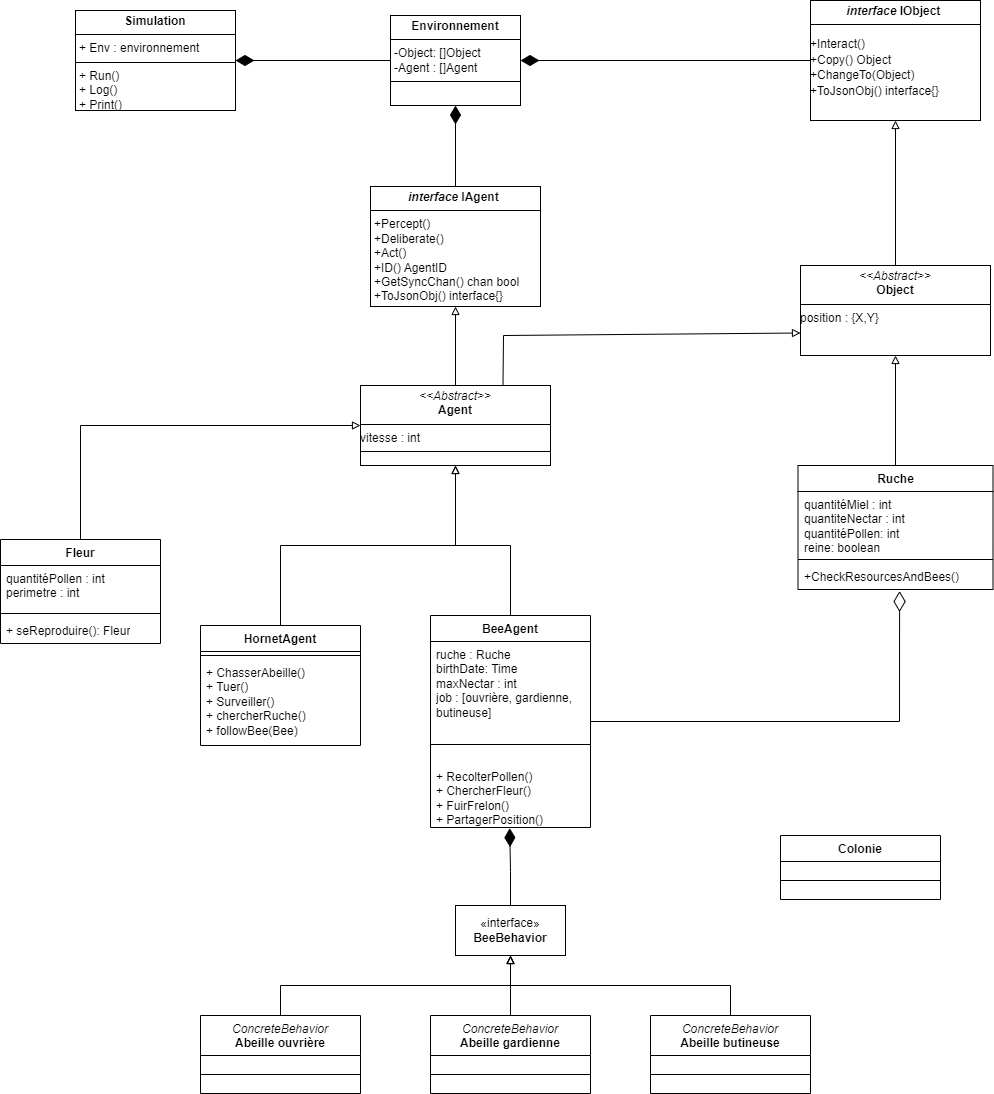
Earlier version of the draw.io export architecture/projet_uml.png (vlkduro/multi-agent-system). Source tidied: cells renumbered, new cells last; positions are measured from the earlier drawing's top-left corner, leaving out a move shared by most shapes.
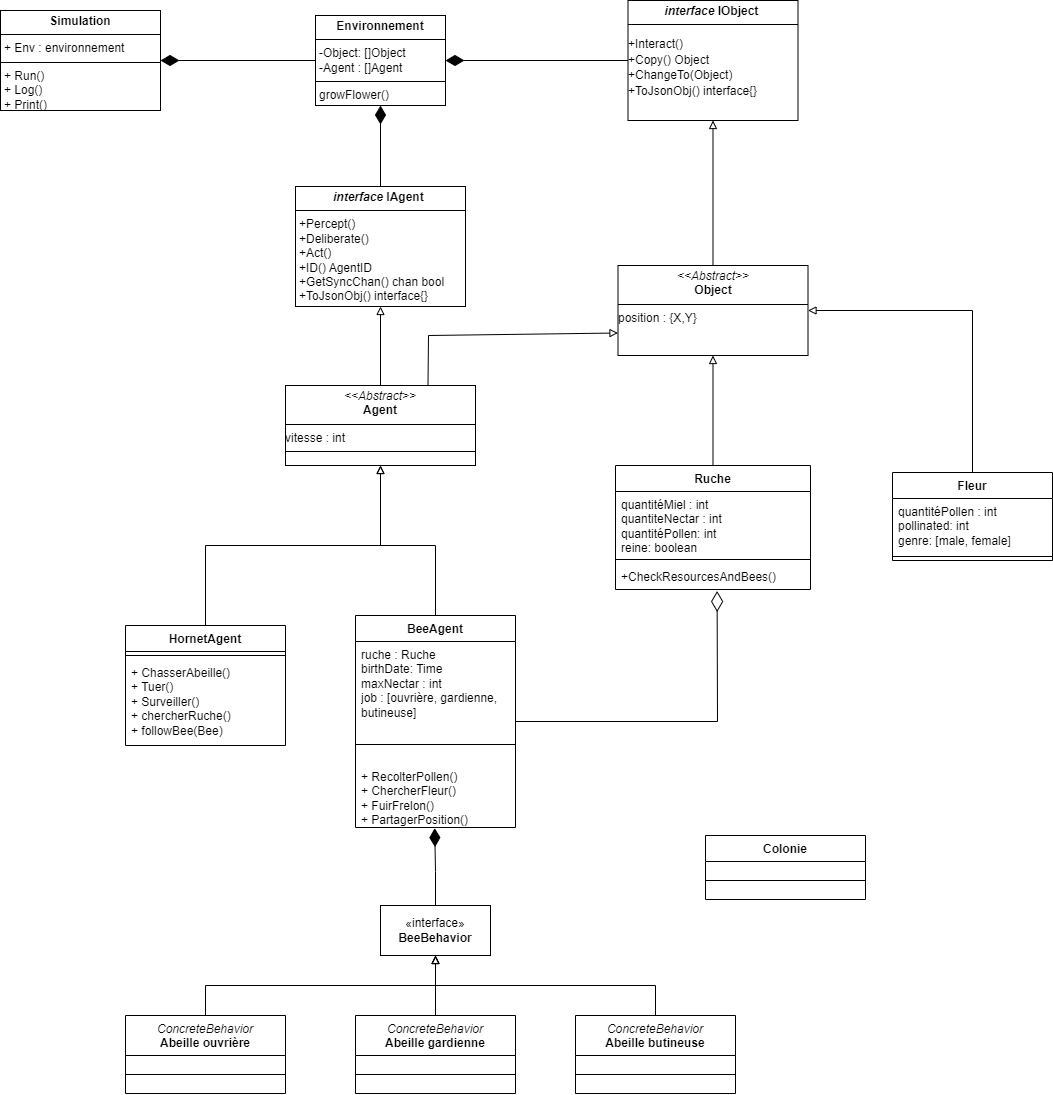
After the commit.

Commit message:
docs: update UML with flower object

Change to the diagram source:
```diff
@@ -16,7 +16,7 @@
     <mxCell id="4" style="edgeStyle=none;html=1;exitX=1;exitY=0.5;exitDx=0;exitDy=0;strokeWidth=1;endArrow=diamondThin;endFill=0;endSize=18;strokeColor=default;rounded=0;entryX=0.521;entryY=1.059;entryDx=0;entryDy=0;entryPerimeter=0;" parent="1" edge="1" source="5" target="32">
       <mxGeometry relative="1" as="geometry">
         <Array as="points">
-          <mxPoint x="899" y="721" />
+          <mxPoint x="792" y="721" />
         </Array>
       </mxGeometry>
     </mxCell>
@@ -63,41 +63,38 @@
     <mxCell id="17" style="edgeStyle=orthogonalEdgeStyle;rounded=0;jettySize=auto;html=1;exitX=0;exitY=0.5;exitDx=0;exitDy=0;endArrow=diamondThin;endFill=1;endSize=16;" parent="1" edge="1" source="18" target="16">
       <mxGeometry relative="1" as="geometry" />
     </mxCell>
-    <mxCell id="18" value="&lt;p style=&quot;margin:0px;margin-top:4px;text-align:center;&quot;&gt;&lt;b&gt;Environnement&lt;/b&gt;&lt;/p&gt;&lt;hr size=&quot;1&quot; style=&quot;border-style:solid;&quot;&gt;&lt;p style=&quot;margin:0px;margin-left:4px;&quot;&gt;-Object: []Object&lt;/p&gt;&lt;p style=&quot;margin:0px;margin-left:4px;&quot;&gt;-Agent : []Agent&lt;/p&gt;&lt;hr size=&quot;1&quot; style=&quot;border-style:solid;&quot;&gt;&lt;p style=&quot;margin:0px;margin-left:4px;&quot;&gt;&lt;br&gt;&lt;/p&gt;" style="verticalAlign=top;align=left;overflow=fill;html=1;whiteSpace=wrap;" parent="1" vertex="1">
+    <mxCell id="18" value="&lt;p style=&quot;margin:0px;margin-top:4px;text-align:center;&quot;&gt;&lt;b&gt;Environnement&lt;/b&gt;&lt;/p&gt;&lt;hr size=&quot;1&quot; style=&quot;border-style:solid;&quot;&gt;&lt;p style=&quot;margin:0px;margin-left:4px;&quot;&gt;-Object: []Object&lt;/p&gt;&lt;p style=&quot;margin:0px;margin-left:4px;&quot;&gt;-Agent : []Agent&lt;/p&gt;&lt;hr size=&quot;1&quot; style=&quot;border-style:solid;&quot;&gt;&lt;p style=&quot;margin:0px;margin-left:4px;&quot;&gt;growFlower()&lt;/p&gt;" style="verticalAlign=top;align=left;overflow=fill;html=1;whiteSpace=wrap;" parent="1" vertex="1">
       <mxGeometry x="390" y="15" width="130" height="90" as="geometry" />
     </mxCell>
     <mxCell id="19" value="&lt;p style=&quot;margin:0px;margin-top:4px;text-align:center;&quot;&gt;&lt;b&gt;&lt;font face=&quot;Helvetica&quot;&gt;&lt;i&gt;interface&lt;/i&gt; IObject&amp;nbsp;&lt;/font&gt;&lt;/b&gt;&lt;/p&gt;&lt;hr size=&quot;1&quot; style=&quot;border-style:solid;&quot;&gt;&lt;p style=&quot;margin:0px;margin-left:4px;&quot;&gt;&lt;/p&gt;&lt;pre lang=&quot;go&quot; class=&quot;code highlight&quot;&gt;&lt;font face=&quot;Helvetica&quot;&gt;&lt;span class=&quot;&quot;&gt;+Interact()&lt;/span&gt;&lt;br&gt;&lt;span class=&quot;&quot;&gt;+Copy() Object&lt;/span&gt;&lt;br&gt;&lt;span class=&quot;&quot;&gt;+ChangeTo(Object)&lt;/span&gt;&lt;br&gt;&lt;span class=&quot;&quot;&gt;+ToJsonObj() &lt;/span&gt;&lt;span class=&quot;hljs-keyword&quot;&gt;interface&lt;/span&gt;&lt;span class=&quot;&quot;&gt;{}&lt;/span&gt;&lt;/font&gt;&lt;/pre&gt;" style="verticalAlign=top;align=left;overflow=fill;html=1;whiteSpace=wrap;" parent="1" vertex="1">
-      <mxGeometry x="810" width="170" height="120" as="geometry" />
+      <mxGeometry x="702.5" width="170" height="120" as="geometry" />
     </mxCell>
     <mxCell id="20" style="edgeStyle=none;html=1;exitX=0.5;exitY=0;exitDx=0;exitDy=0;strokeWidth=1;endArrow=block;endFill=0;endSize=6;entryX=0.5;entryY=1;entryDx=0;entryDy=0;" parent="1" edge="1" source="21" target="19">
       <mxGeometry relative="1" as="geometry" />
     </mxCell>
     <mxCell id="21" value="&lt;p style=&quot;margin:0px;margin-top:4px;text-align:center;&quot;&gt;&lt;i&gt;&amp;lt;&amp;lt;Abstract&amp;gt;&amp;gt;&lt;/i&gt;&lt;br&gt;&lt;b&gt;Object&lt;/b&gt;&lt;/p&gt;&lt;hr size=&quot;1&quot; style=&quot;border-style:solid;&quot;&gt;&lt;div&gt;position : {X,Y}&lt;/div&gt;&lt;div&gt;&lt;/div&gt;&lt;p style=&quot;margin:0px;margin-left:4px;&quot;&gt;&lt;br&gt;&lt;/p&gt;" style="verticalAlign=top;align=left;overflow=fill;html=1;whiteSpace=wrap;" parent="1" vertex="1">
-      <mxGeometry x="800" y="265" width="190" height="90" as="geometry" />
+      <mxGeometry x="692.5" y="265" width="190" height="90" as="geometry" />
     </mxCell>
     <mxCell id="22" style="edgeStyle=orthogonalEdgeStyle;rounded=0;jettySize=auto;html=1;endArrow=diamondThin;endFill=1;endSize=16;entryX=1;entryY=0.5;entryDx=0;entryDy=0;exitX=0;exitY=0.5;exitDx=0;exitDy=0;" parent="1" edge="1" source="19" target="18">
       <mxGeometry relative="1" as="geometry" />
     </mxCell>
-    <mxCell id="23" style="edgeStyle=orthogonalEdgeStyle;rounded=0;jettySize=auto;html=1;exitX=0.5;exitY=0;exitDx=0;exitDy=0;entryX=0;entryY=0.5;entryDx=0;entryDy=0;endArrow=block;endFill=0;" parent="1" edge="1" source="24" target="15">
+    <mxCell id="23" style="edgeStyle=orthogonalEdgeStyle;rounded=0;jettySize=auto;html=1;exitX=0.5;exitY=0;exitDx=0;exitDy=0;entryX=1;entryY=0.5;entryDx=0;entryDy=0;endArrow=block;endFill=0;" parent="1" edge="1" source="24" target="21">
       <mxGeometry relative="1" as="geometry" />
     </mxCell>
     <mxCell id="24" value="Fleur" style="swimlane;fontStyle=1;align=center;verticalAlign=top;horizontal=1;startSize=26;whiteSpace=wrap;html=1;" parent="1" vertex="1">
-      <mxGeometry y="539" width="160" height="104" as="geometry" />
+      <mxGeometry x="967" y="472" width="160" height="88" as="geometry" />
     </mxCell>
-    <mxCell id="25" value="quantitéPollen : int&lt;br&gt;perimetre : int" style="text;strokeColor=none;fillColor=none;align=left;verticalAlign=top;spacingLeft=4;spacingRight=4;overflow=hidden;whiteSpace=wrap;html=1;" parent="24" vertex="1">
-      <mxGeometry y="26" width="160" height="44" as="geometry" />
+    <mxCell id="25" value="quantitéPollen : int&lt;br&gt;pollinated: int&lt;br&gt;genre: [male, female]" style="text;strokeColor=none;fillColor=none;align=left;verticalAlign=top;spacingLeft=4;spacingRight=4;overflow=hidden;whiteSpace=wrap;html=1;" parent="24" vertex="1">
+      <mxGeometry y="26" width="160" height="54" as="geometry" />
     </mxCell>
     <mxCell id="26" style="line;strokeWidth=1;fillColor=none;align=left;verticalAlign=middle;spacingTop=-1;spacingLeft=3;spacingRight=3;labelPosition=right;strokeColor=inherit;" parent="24" vertex="1">
-      <mxGeometry y="70" width="160" height="8" as="geometry" />
+      <mxGeometry y="80" width="160" height="8" as="geometry" />
     </mxCell>
-    <mxCell id="27" value="+ seReproduire(): Fleur" style="text;strokeColor=none;fillColor=none;align=left;verticalAlign=top;spacingLeft=4;spacingRight=4;overflow=hidden;whiteSpace=wrap;html=1;" parent="24" vertex="1">
-      <mxGeometry y="78" width="160" height="26" as="geometry" />
-    </mxCell>
     <mxCell id="28" style="edgeStyle=orthogonalEdgeStyle;rounded=0;jettySize=auto;html=1;exitX=0.5;exitY=0;exitDx=0;exitDy=0;entryX=0.5;entryY=1;entryDx=0;entryDy=0;endArrow=block;endFill=0;" parent="1" edge="1" source="29" target="21">
       <mxGeometry relative="1" as="geometry" />
     </mxCell>
     <mxCell id="29" value="Ruche" style="swimlane;fontStyle=1;align=center;verticalAlign=top;horizontal=1;startSize=26;whiteSpace=wrap;html=1;" parent="1" vertex="1">
-      <mxGeometry x="797.5" y="465" width="195" height="124" as="geometry" />
+      <mxGeometry x="690" y="465" width="195" height="124" as="geometry" />
     </mxCell>
     <mxCell id="30" value="quantitéMiel : int&lt;br&gt;quantiteNectar : int&lt;br&gt;quantitéPollen: int&lt;br&gt;reine: boolean" style="text;strokeColor=none;fillColor=none;align=left;verticalAlign=top;spacingLeft=4;spacingRight=4;overflow=hidden;whiteSpace=wrap;html=1;" parent="29" vertex="1">
       <mxGeometry y="26" width="195" height="64" as="geometry" />
```
